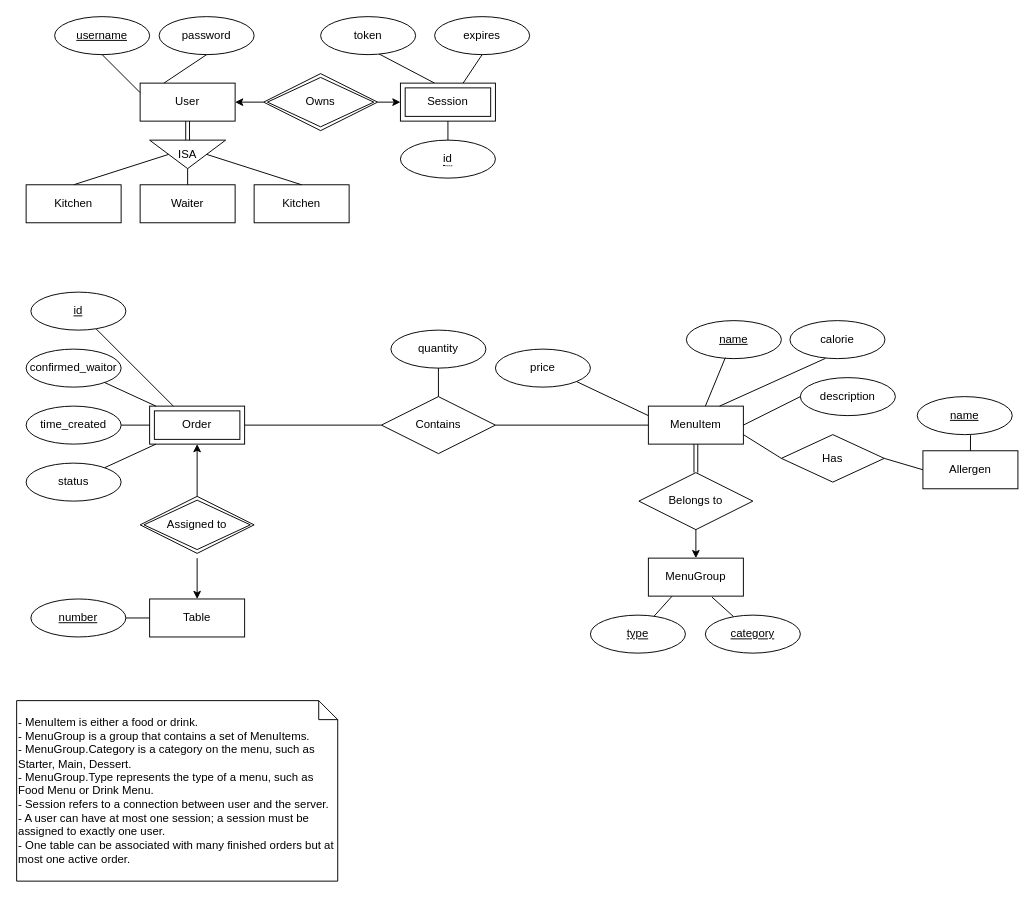
Spencer-Georgiou/Uni-Y2-Team keeps this draw.io diagram as doc/backend/database-design/ER-diagram.drawio. Above is the earlier version. Source tidied: cells renumbered, new cells numbered last; positions are measured from the earlier drawing's top-left corner, leaving out a move shared by most shapes. Both pictures are drawn from the tidied source at 95%, with x=0, y=0 at pixel (16, 16).
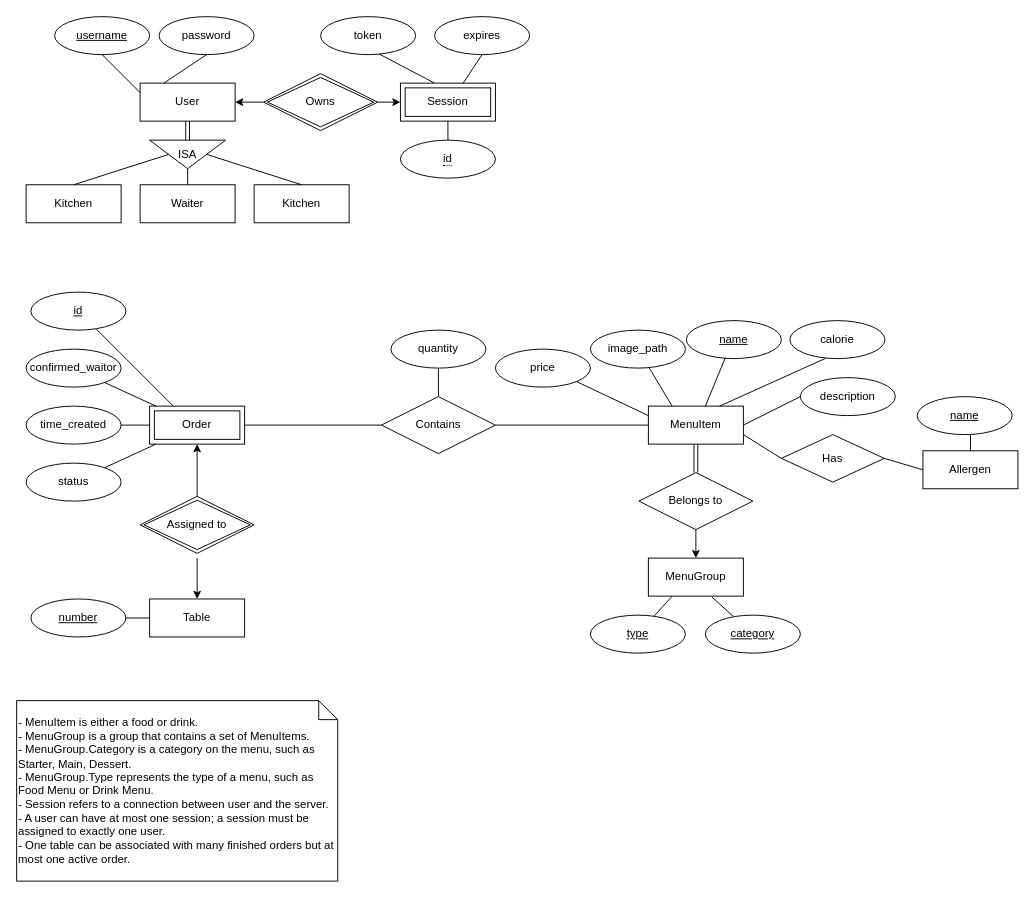
The same diagram, later.

Commit message (it also covers changes not shown here):
feat(MenuItem): a menuitem has a field to store the path to its image

The change refers to these unchanged cells:
```xml
<mxCell id="11" value="&lt;div style=&quot;text-align: start;&quot;&gt;MenuItem&lt;/div&gt;" style="whiteSpace=wrap;html=1;align=center;rounded=0;shadow=0;sketch=0;strokeColor=default;" parent="1" vertex="1">
  <mxGeometry x="665" y="410" width="100" height="40" as="geometry" />
</mxCell>
```

Diff of the diagram source:
```diff
@@
+    <mxCell id="69" style="edgeStyle=none;html=1;entryX=0.25;entryY=0;entryDx=0;entryDy=0;endArrow=none;endFill=0;" parent="1" edge="1" source="70" target="11">
+      <mxGeometry relative="1" as="geometry" />
+    </mxCell>
+    <mxCell id="70" value="image_path" style="ellipse;whiteSpace=wrap;html=1;align=center;" parent="1" vertex="1">
+      <mxGeometry x="604" y="330" width="100" height="40" as="geometry" />
+    </mxCell>
```
